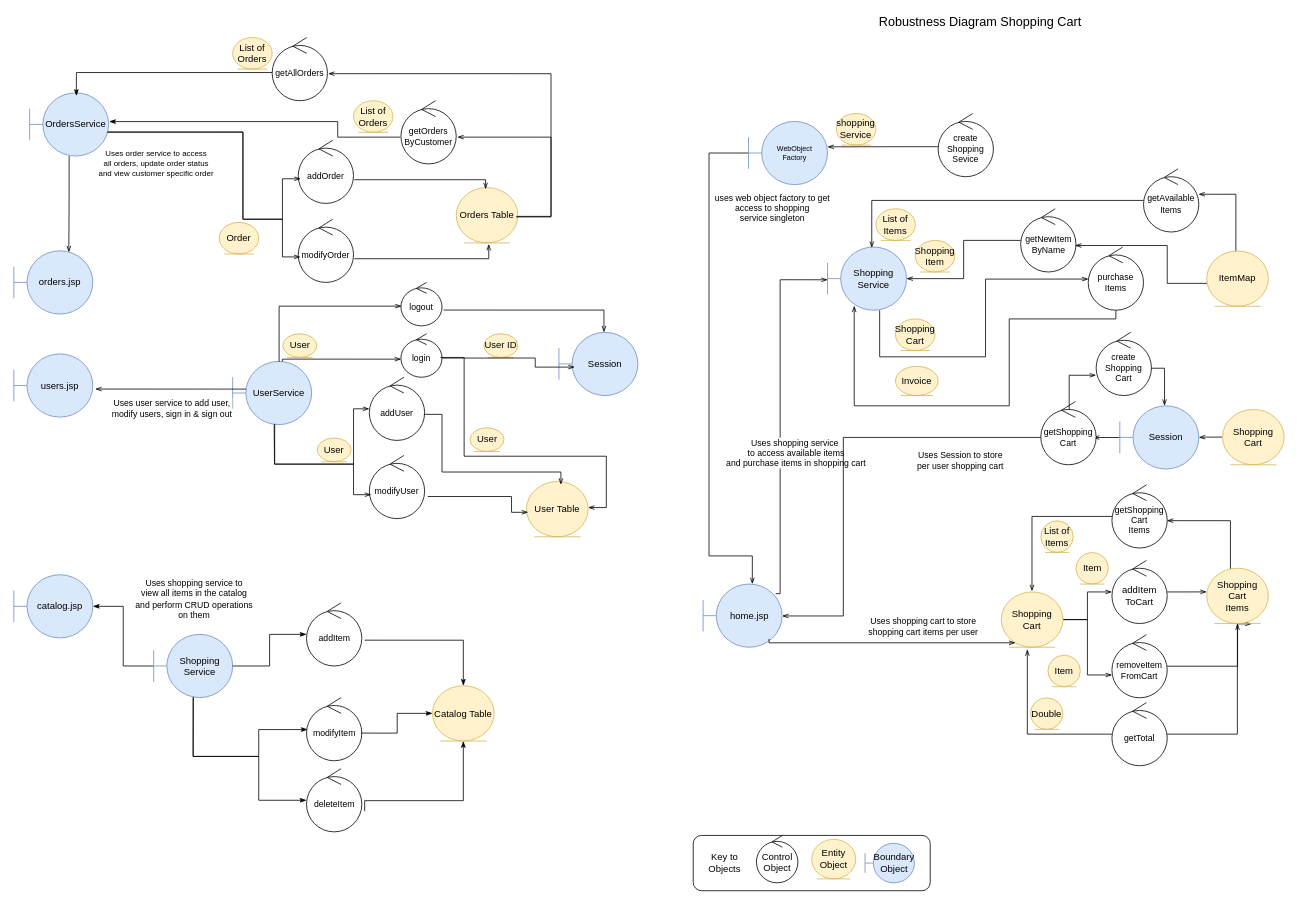
Above: Diagrams/Robustness.drawio in RyanGaudion/COM528-Assignment2 (draw.io), before the change. Source tidied: cells renumbered, new cells numbered last; positions are measured from the earlier drawing's top-left corner, leaving out a move shared by most shapes. Both pictures are drawn from the tidied source at 79%, with x=0, y=0 at pixel (13, 13).
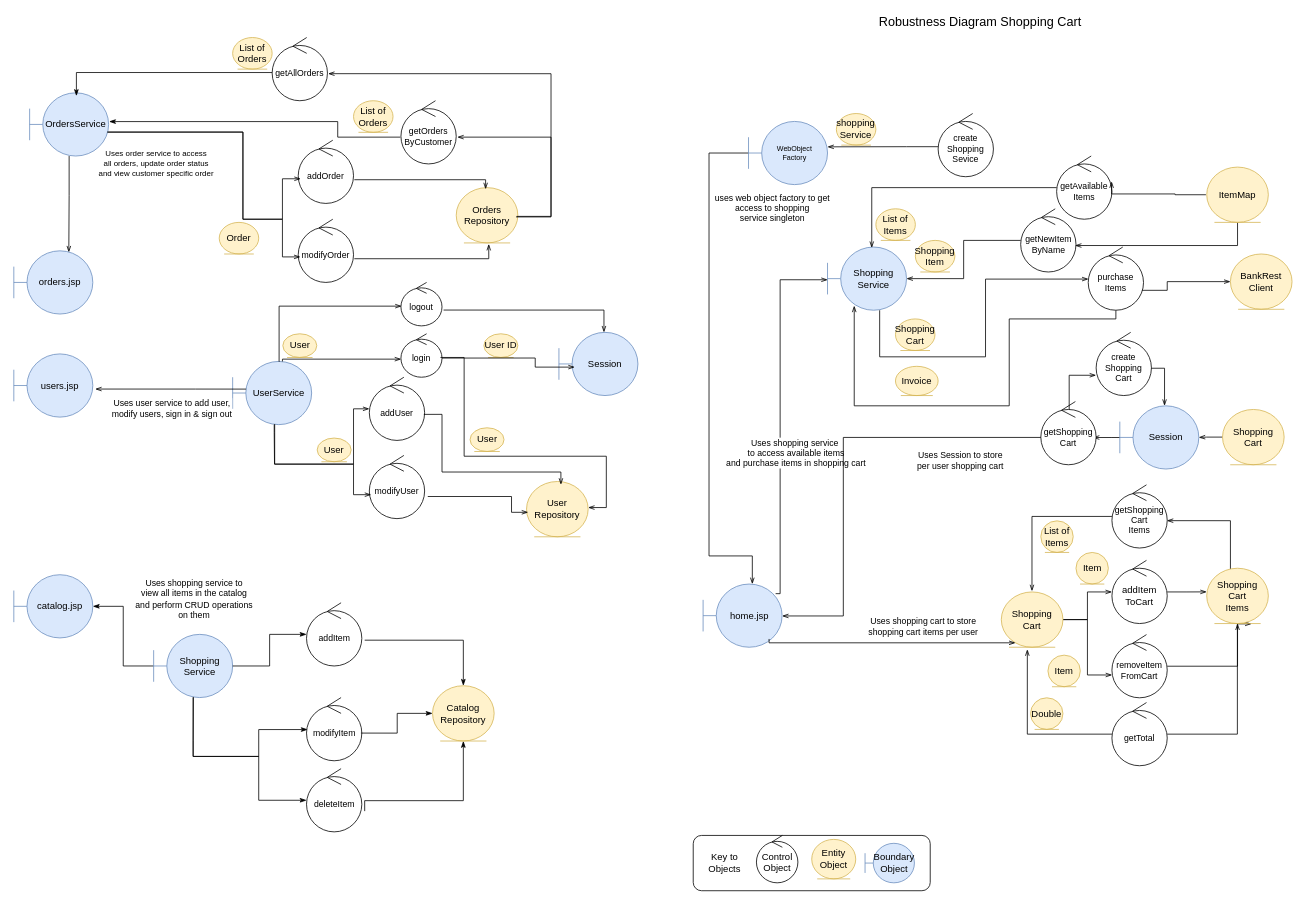
The same diagram, later.

The change refers to these unchanged cells:
```xml
<mxCell id="36" value="getNewItem&lt;br&gt;ByName" style="ellipse;shape=umlControl;whiteSpace=wrap;html=1;fontSize=11;" parent="1" vertex="1">
  <mxGeometry x="1274.5" y="246.8" width="70" height="80" as="geometry" />
</mxCell>
<mxCell id="38" value="purchase&lt;br&gt;Items" style="ellipse;shape=umlControl;whiteSpace=wrap;html=1;fontSize=11;" parent="1" vertex="1">
  <mxGeometry x="1360" y="295.2" width="70" height="80" as="geometry" />
</mxCell>
```

The edit, as a diff of the source:
```diff
@@
     <mxCell id="24" value="getAvailable&lt;br style=&quot;font-size: 11px;&quot;&gt;Items" style="ellipse;shape=umlControl;whiteSpace=wrap;html=1;fontSize=11;" parent="1" vertex="1">
-      <mxGeometry x="1430" y="196.2" width="70" height="80" as="geometry" />
+      <mxGeometry x="1320" y="180" width="70" height="80" as="geometry" />
     </mxCell>
@@
     <mxCell id="40" style="edgeStyle=orthogonalEdgeStyle;rounded=0;jettySize=auto;html=1;endArrow=openThin;endFill=0;fontSize=11;entryX=0.983;entryY=0.581;entryDx=0;entryDy=0;entryPerimeter=0;" parent="1" edge="1" source="42" target="36">
       <mxGeometry relative="1" as="geometry">
         <Array as="points">
-          <mxPoint x="1460" y="341.2" />
-          <mxPoint x="1460" y="293.2" />
+          <mxPoint x="1549" y="293" />
         </Array>
       </mxGeometry>
     </mxCell>
-    <mxCell id="41" style="edgeStyle=orthogonalEdgeStyle;rounded=0;jettySize=auto;html=1;entryX=0.994;entryY=0.403;entryDx=0;entryDy=0;entryPerimeter=0;endArrow=openThin;endFill=0;fontSize=11;exitX=0.473;exitY=0.021;exitDx=0;exitDy=0;exitPerimeter=0;" parent="1" edge="1" source="42" target="24">
+    <mxCell id="41" style="edgeStyle=orthogonalEdgeStyle;rounded=0;jettySize=auto;html=1;entryX=0.994;entryY=0.403;entryDx=0;entryDy=0;entryPerimeter=0;endArrow=openThin;endFill=0;fontSize=11;exitX=-0.013;exitY=0.5;exitDx=0;exitDy=0;exitPerimeter=0;" parent="1" edge="1" source="42" target="24">
       <mxGeometry relative="1" as="geometry">
         <Array as="points">
-          <mxPoint x="1547" y="228.2" />
+          <mxPoint x="1470" y="229" />
+          <mxPoint x="1470" y="228" />
+          <mxPoint x="1390" y="228" />
         </Array>
       </mxGeometry>
     </mxCell>
     <mxCell id="42" value="ItemMap" style="ellipse;shape=umlEntity;whiteSpace=wrap;html=1;fillColor=#fff2cc;strokeColor=#d6b656;" parent="1" vertex="1">
-      <mxGeometry x="1510" y="300.2" width="78" height="70" as="geometry" />
+      <mxGeometry x="1510" y="194" width="78" height="70" as="geometry" />
     </mxCell>
@@
-    <mxCell id="65" value="Orders Table" style="ellipse;shape=umlEntity;whiteSpace=wrap;html=1;fillColor=#fff2cc;strokeColor=#d6b656;" parent="1" vertex="1">
+    <mxCell id="65" value="Orders&lt;br&gt;Repository" style="ellipse;shape=umlEntity;whiteSpace=wrap;html=1;fillColor=#fff2cc;strokeColor=#d6b656;" parent="1" vertex="1">
       <mxGeometry x="560" y="220" width="78" height="70" as="geometry" />
     </mxCell>
@@
-    <mxCell id="91" value="User Table" style="ellipse;shape=umlEntity;whiteSpace=wrap;html=1;fillColor=#fff2cc;strokeColor=#d6b656;" parent="1" vertex="1">
+    <mxCell id="91" value="User&lt;br&gt;Repository" style="ellipse;shape=umlEntity;whiteSpace=wrap;html=1;fillColor=#fff2cc;strokeColor=#d6b656;" parent="1" vertex="1">
       <mxGeometry x="649" y="592" width="78" height="70" as="geometry" />
     </mxCell>
@@
-    <mxCell id="112" value="Catalog Table" style="ellipse;shape=umlEntity;whiteSpace=wrap;html=1;fillColor=#fff2cc;strokeColor=#d6b656;" parent="1" vertex="1">
+    <mxCell id="112" value="Catalog&lt;br&gt;Repository" style="ellipse;shape=umlEntity;whiteSpace=wrap;html=1;fillColor=#fff2cc;strokeColor=#d6b656;" parent="1" vertex="1">
       <mxGeometry x="530" y="850.5" width="78" height="70" as="geometry" />
     </mxCell>
+    <mxCell id="113" value="BankRest&lt;br&gt;Client" style="ellipse;shape=umlEntity;whiteSpace=wrap;html=1;fillColor=#fff2cc;strokeColor=#d6b656;" parent="1" vertex="1">
+      <mxGeometry x="1540" y="304" width="78" height="70" as="geometry" />
+    </mxCell>
+    <mxCell id="114" style="edgeStyle=orthogonalEdgeStyle;rounded=0;jettySize=auto;html=1;endArrow=openThin;endFill=0;fontSize=11;exitX=0.974;exitY=0.685;exitDx=0;exitDy=0;exitPerimeter=0;" parent="1" edge="1" source="38" target="113">
+      <mxGeometry relative="1" as="geometry">
+        <Array as="points">
+          <mxPoint x="1460" y="350" />
+        </Array>
+      </mxGeometry>
+    </mxCell>
```
